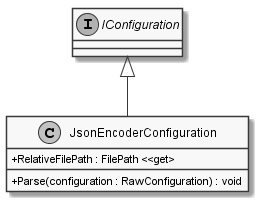
Before: documents/sd/resources/Classes/Core/MORR/Data/Transcoding/Json/JsonEncoderConfiguration.png, a diagram exported from PlantUML (insightmind/MORR).
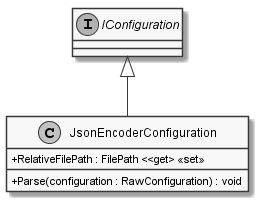
After the commit.

What changed in the source:
```diff
@@ -6,7 +6,7 @@
 
 IConfiguration <|-- JsonEncoderConfiguration
 class JsonEncoderConfiguration {
-    + RelativeFilePath : FilePath <<get>
+    + RelativeFilePath : FilePath <<get> <<set>>
     + Parse(configuration : RawConfiguration) : void
 }
 
```
